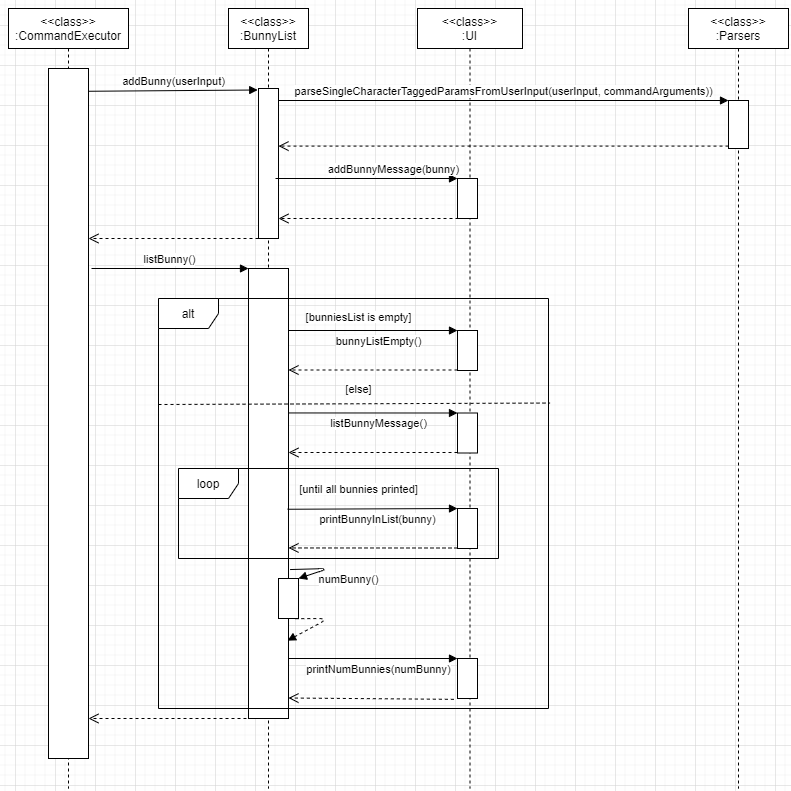
Above: docs/graphics/diagrams/Sequence_diagram_bunny.png in nus-cs2113-AY2021S1/tp (draw.io), before the change. Source tidied: cells renumbered, new cells last; positions are measured from the earlier drawing's top-left corner, leaving out a move shared by most shapes.
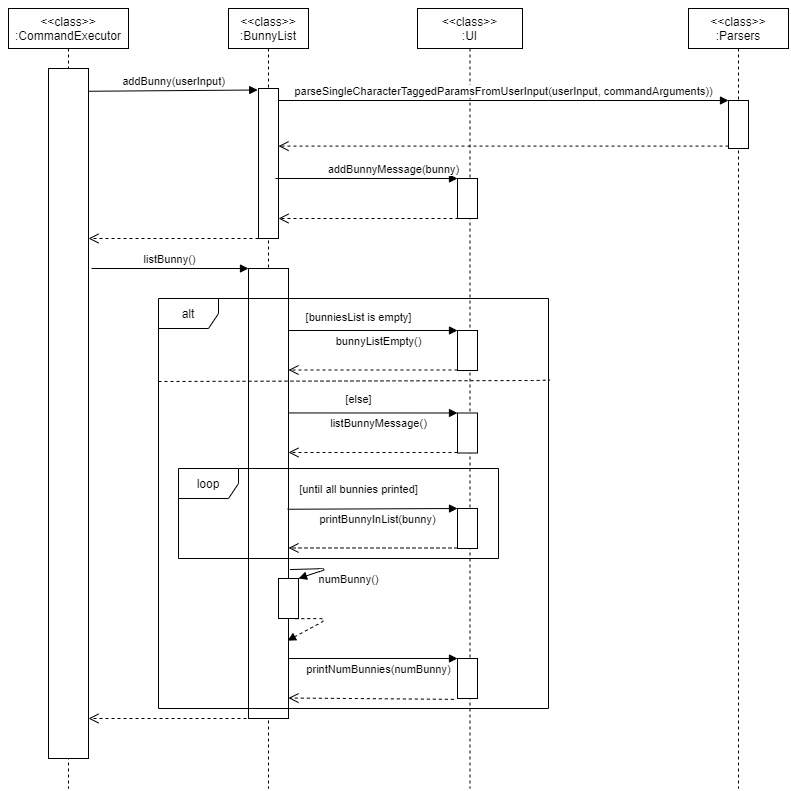
After the change.

Commit message:
Refactor bunny filter

Diff of the diagram source:
```diff
@@ -114,7 +114,7 @@
       <mxGeometry x="285" y="470" width="130" height="20" as="geometry" />
     </mxCell>
     <mxCell id="27" value="&lt;span style=&quot;font-size: 11px ; background-color: rgb(255 , 255 , 255)&quot;&gt;[else]&lt;/span&gt;" style="text;html=1;align=center;verticalAlign=middle;" parent="1" vertex="1">
-      <mxGeometry x="330" y="370" width="40" height="20" as="geometry" />
+      <mxGeometry x="330" y="380" width="40" height="20" as="geometry" />
     </mxCell>
     <mxCell id="28" value="printNumBunnies(numBunny)" style="html=1;verticalAlign=bottom;endArrow=block;entryX=0;entryY=0;" parent="1" edge="1" target="22">
       <mxGeometry x="0.07" y="-20" relative="1" as="geometry">
@@ -141,9 +141,13 @@
     <mxCell id="33" value="alt" style="shape=umlFrame;whiteSpace=wrap;html=1;" parent="1" vertex="1">
       <mxGeometry x="150" y="290" width="390" height="410" as="geometry" />
     </mxCell>
-    <mxCell id="34" style="endArrow=none;dashed=1;html=1;exitX=0;exitY=0.287;exitDx=0;exitDy=0;exitPerimeter=0;entryX=1.004;entryY=0.255;entryDx=0;entryDy=0;entryPerimeter=0;" parent="1" edge="1" target="33">
+    <mxCell id="34" style="endArrow=none;dashed=1;html=1;exitX=0;exitY=0.287;exitDx=0;exitDy=0;exitPerimeter=0;entryX=1.004;entryY=0.255;entryDx=0;entryDy=0;entryPerimeter=0;" parent="1" edge="1">
       <mxGeometry relative="1" as="geometry">
-        <mxPoint x="150" y="396" as="sourcePoint" />
+        <mxPoint x="150" y="373" as="sourcePoint" />
+        <mxPoint x="541.6" y="371.5" as="targetPoint" />
+        <Array as="points">
+          <mxPoint x="530" y="372" />
+        </Array>
       </mxGeometry>
     </mxCell>
     <mxCell id="35" value="loop" style="shape=umlFrame;whiteSpace=wrap;html=1;" parent="1" vertex="1">
```
